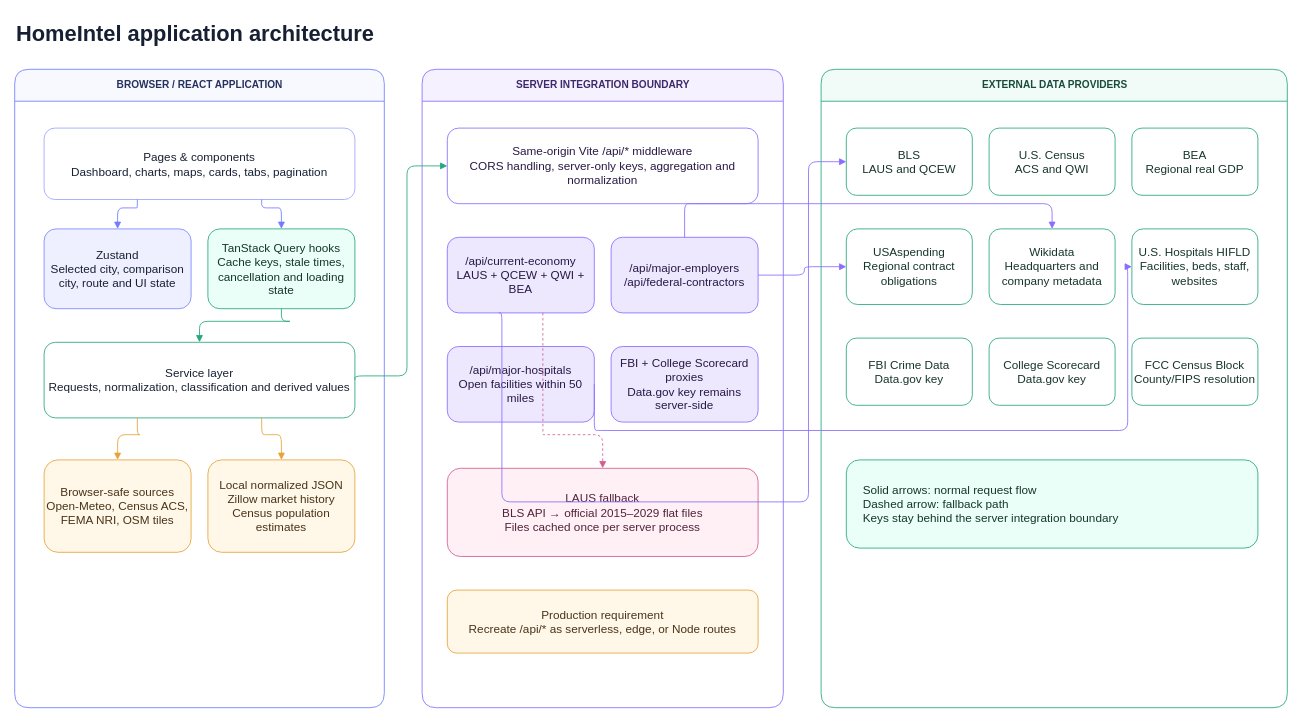
The draw.io diagram docs/homeintel-architecture.drawio in Ethanlloyd21/homeIntel, before the edit. Source tidied: cells renumbered, new cells numbered last; positions are measured from the earlier drawing's top-left corner, leaving out a move shared by most shapes. Both pictures are drawn from the tidied source at 84%, with x=0, y=0 at pixel (14, 14).
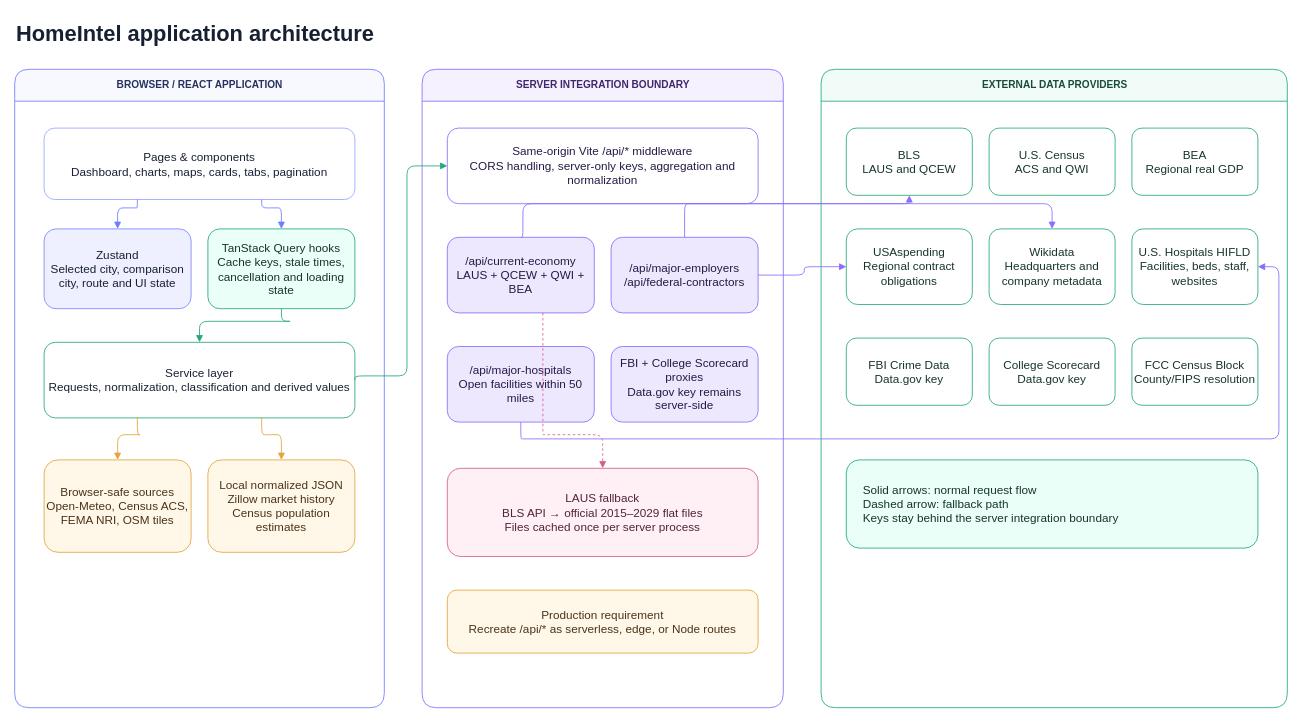
The same page after the edit.

The change refers to these unchanged cells:
```xml
<mxCell id="12" value="/api/current-economy&#10;LAUS + QCEW + QWI + BEA" style="rounded=1;whiteSpace=wrap;html=1;fillColor=#eee8ff;strokeColor=#8b6cff;fontColor=#281945;fontSize=14;" parent="10" vertex="1">
  <mxGeometry x="30" y="200" width="175" height="90" as="geometry" />
</mxCell>
<mxCell id="14" value="/api/major-hospitals&#10;Open facilities within 50 miles" style="rounded=1;whiteSpace=wrap;html=1;fillColor=#eee8ff;strokeColor=#8b6cff;fontColor=#281945;fontSize=14;" parent="10" vertex="1">
  <mxGeometry x="30" y="330" width="175" height="90" as="geometry" />
</mxCell>
<mxCell id="19" value="BLS&#10;LAUS and QCEW" style="rounded=1;whiteSpace=wrap;html=1;fillColor=#ffffff;strokeColor=#24a87a;fontColor=#17352c;fontSize=14;" parent="18" vertex="1">
  <mxGeometry x="30" y="70" width="150" height="80" as="geometry" />
</mxCell>
<mxCell id="24" value="U.S. Hospitals HIFLD&#10;Facilities, beds, staff, websites" style="rounded=1;whiteSpace=wrap;html=1;fillColor=#ffffff;strokeColor=#24a87a;fontColor=#17352c;fontSize=14;" parent="18" vertex="1">
  <mxGeometry x="370" y="190" width="150" height="90" as="geometry" />
</mxCell>
```

Change to the diagram source:
```diff
@@
-    <mxCell id="35" style="edgeStyle=orthogonalEdgeStyle;rounded=1;html=1;strokeColor=#8b6cff;endArrow=block;exitX=0.35;exitY=1;entryX=0;entryY=0.5;" parent="1" edge="1" source="12" target="19">
+    <mxCell id="35" style="edgeStyle=orthogonalEdgeStyle;rounded=1;html=1;strokeColor=#8b6cff;endArrow=block;exitX=0.5;exitY=0;entryX=0.5;entryY=1;" parent="1" edge="1" source="12" target="19">
       <mxGeometry relative="1" as="geometry">
         <Array as="points">
-          <mxPoint x="580" y="580" />
-          <mxPoint x="945" y="580" />
-          <mxPoint x="945" y="175" />
+          <mxPoint x="605" y="225" />
+          <mxPoint x="1065" y="225" />
         </Array>
       </mxGeometry>
     </mxCell>
@@
-    <mxCell id="38" style="edgeStyle=orthogonalEdgeStyle;rounded=1;html=1;strokeColor=#8b6cff;endArrow=block;exitX=1;exitY=0.5;entryX=0;entryY=0.5;" parent="1" edge="1" source="14" target="24">
+    <mxCell id="38" style="edgeStyle=orthogonalEdgeStyle;rounded=1;html=1;strokeColor=#8b6cff;endArrow=block;exitX=0.5;exitY=1;entryX=1;entryY=0.5;" parent="1" edge="1" source="14" target="24">
       <mxGeometry relative="1" as="geometry">
         <Array as="points">
-          <mxPoint x="695" y="495" />
-          <mxPoint x="1325" y="495" />
-          <mxPoint x="1325" y="310" />
+          <mxPoint x="605" y="505" />
+          <mxPoint x="1505" y="505" />
+          <mxPoint x="1505" y="290" />
         </Array>
       </mxGeometry>
     </mxCell>
```
